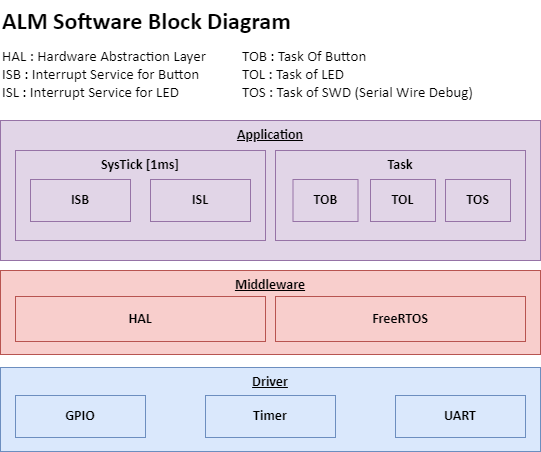
The draw.io diagram Resources/Part2/Part2_ALM_SoftwareBlockDiagram.drawio.png in gtuja/CSC_MS, before a commit. Source tidied: cells renumbered, new cells last; positions are measured from the earlier drawing's top-left corner, leaving out a move shared by most shapes. Source of this version:
```xml
<mxGraphModel>
  <root>
    <mxCell id="0" />
    <mxCell id="1" parent="0" />
    <mxCell id="2" value="Driver" style="rounded=0;whiteSpace=wrap;html=1;fillColor=#dae8fc;strokeColor=#6c8ebf;verticalAlign=top;fontFamily=Calibri;fontSize=14;fontStyle=5;" parent="1" vertex="1">
      <mxGeometry y="367" width="540" height="84" as="geometry" />
    </mxCell>
    <mxCell id="3" value="GPIO" style="rounded=0;whiteSpace=wrap;html=1;fillColor=#dae8fc;strokeColor=#6c8ebf;verticalAlign=middle;fontFamily=Calibri;fontSize=14;fontStyle=1;" parent="1" vertex="1">
      <mxGeometry x="15" y="395" width="130" height="42" as="geometry" />
    </mxCell>
    <mxCell id="4" value="Timer" style="rounded=0;whiteSpace=wrap;html=1;fillColor=#dae8fc;strokeColor=#6c8ebf;verticalAlign=middle;fontFamily=Calibri;fontSize=14;fontStyle=1;" parent="1" vertex="1">
      <mxGeometry x="205" y="395" width="130" height="42" as="geometry" />
    </mxCell>
    <mxCell id="5" value="UART" style="rounded=0;whiteSpace=wrap;html=1;fillColor=#dae8fc;strokeColor=#6c8ebf;verticalAlign=middle;fontFamily=Calibri;fontSize=14;fontStyle=1;" parent="1" vertex="1">
      <mxGeometry x="395" y="395" width="130" height="42" as="geometry" />
    </mxCell>
    <mxCell id="6" value="Middleware" style="rounded=0;whiteSpace=wrap;html=1;fillColor=#f8cecc;strokeColor=#b85450;verticalAlign=top;fontFamily=Calibri;fontSize=14;fontStyle=5;" parent="1" vertex="1">
      <mxGeometry y="270" width="540" height="84" as="geometry" />
    </mxCell>
    <mxCell id="7" value="HAL" style="rounded=0;whiteSpace=wrap;html=1;horizontal=1;verticalAlign=middle;flipV=0;fontFamily=Calibri;fontStyle=1;fillColor=#f8cecc;strokeColor=#b85450;fontSize=14;" parent="1" vertex="1">
      <mxGeometry x="15" y="296" width="250" height="45" as="geometry" />
    </mxCell>
    <mxCell id="8" value="FreeRTOS" style="rounded=0;whiteSpace=wrap;html=1;horizontal=1;verticalAlign=middle;flipV=0;fontFamily=Calibri;fontStyle=1;fillColor=#f8cecc;strokeColor=#b85450;fontSize=14;" parent="1" vertex="1">
      <mxGeometry x="275" y="296" width="250" height="45" as="geometry" />
    </mxCell>
    <mxCell id="9" value="Application" style="rounded=0;whiteSpace=wrap;html=1;fillColor=#e1d5e7;strokeColor=#9673a6;verticalAlign=top;fontFamily=Calibri;fontSize=14;fontStyle=5;" parent="1" vertex="1">
      <mxGeometry y="120" width="540" height="140" as="geometry" />
    </mxCell>
    <mxCell id="10" value="SysTick [1ms]" style="rounded=0;whiteSpace=wrap;html=1;flipV=0;fontFamily=Calibri;fontStyle=1;fillColor=#e1d5e7;strokeColor=#9673a6;verticalAlign=top;fontSize=14;" parent="1" vertex="1">
      <mxGeometry x="15" y="150" width="250" height="90" as="geometry" />
    </mxCell>
    <mxCell id="11" value="ISB" style="rounded=0;whiteSpace=wrap;html=1;flipV=0;fontFamily=Calibri;fontStyle=1;fillColor=#e1d5e7;strokeColor=#9673a6;fontSize=14;" parent="1" vertex="1">
      <mxGeometry x="30" y="179" width="100" height="42" as="geometry" />
    </mxCell>
    <mxCell id="12" value="ISL" style="rounded=0;whiteSpace=wrap;html=1;flipV=0;fontFamily=Calibri;fontStyle=1;fillColor=#e1d5e7;strokeColor=#9673a6;fontSize=14;" parent="1" vertex="1">
      <mxGeometry x="150" y="179" width="100" height="42" as="geometry" />
    </mxCell>
    <mxCell id="13" value="Task" style="rounded=0;whiteSpace=wrap;html=1;flipV=0;fontFamily=Calibri;fontStyle=1;fillColor=#e1d5e7;strokeColor=#9673a6;verticalAlign=top;fontSize=14;" parent="1" vertex="1">
      <mxGeometry x="275" y="150" width="250" height="90" as="geometry" />
    </mxCell>
    <mxCell id="14" value="TOB" style="rounded=0;whiteSpace=wrap;html=1;flipV=0;fontFamily=Calibri;fontStyle=1;fillColor=#e1d5e7;strokeColor=#9673a6;fontSize=14;" parent="1" vertex="1">
      <mxGeometry x="292.5" y="179" width="65" height="42" as="geometry" />
    </mxCell>
    <mxCell id="15" value="TOL" style="rounded=0;whiteSpace=wrap;html=1;flipV=0;fontFamily=Calibri;fontStyle=1;fillColor=#e1d5e7;strokeColor=#9673a6;fontSize=14;" parent="1" vertex="1">
      <mxGeometry x="370" y="179" width="65" height="42" as="geometry" />
    </mxCell>
    <mxCell id="16" value="TOS" style="rounded=0;whiteSpace=wrap;html=1;flipV=0;fontFamily=Calibri;fontStyle=1;fillColor=#e1d5e7;strokeColor=#9673a6;fontSize=14;" parent="1" vertex="1">
      <mxGeometry x="445" y="179" width="65" height="42" as="geometry" />
    </mxCell>
    <mxCell id="17" value="&lt;h1 style=&quot;margin-top: 0px;&quot;&gt;ALM Software Block Diagram&lt;/h1&gt;&lt;p&gt;&lt;br&gt;&lt;/p&gt;&lt;p&gt;&lt;br&gt;&lt;/p&gt;" style="text;html=1;whiteSpace=wrap;overflow=hidden;rounded=0;fontFamily=Calibri;" parent="1" vertex="1">
      <mxGeometry width="420" height="40" as="geometry" />
    </mxCell>
    <mxCell id="18" value="&lt;span style=&quot;font-size: 15px;&quot;&gt;HAL : Hardware Abstraction Layer&lt;/span&gt;&lt;div style=&quot;font-size: 15px;&quot;&gt;&lt;span style=&quot;font-size: 15px;&quot;&gt;ISB : Interrupt Service for Button&lt;/span&gt;&lt;/div&gt;&lt;div style=&quot;font-size: 15px;&quot;&gt;&lt;div style=&quot;font-size: 15px;&quot;&gt;&lt;span style=&quot;font-size: 15px;&quot;&gt;ISL : Interrupt Service for LED&lt;/span&gt;&lt;/div&gt;&lt;/div&gt;" style="text;html=1;align=left;verticalAlign=top;whiteSpace=wrap;rounded=0;fontFamily=Calibri;labelBackgroundColor=default;fontSize=15;" parent="1" vertex="1">
      <mxGeometry y="40" width="260" height="70" as="geometry" />
    </mxCell>
    <mxCell id="19" value="&lt;div style=&quot;font-size: 15px;&quot;&gt;&lt;span style=&quot;font-size: 15px;&quot;&gt;TOB : Task Of Button&lt;/span&gt;&lt;/div&gt;&lt;div style=&quot;font-size: 15px;&quot;&gt;TOL : Task of LED&lt;br&gt;&lt;/div&gt;&lt;div style=&quot;font-size: 15px;&quot;&gt;&lt;div&gt;TOS : Task of SWD (Serial Wire Debug)&lt;/div&gt;&lt;/div&gt;" style="text;html=1;align=left;verticalAlign=top;whiteSpace=wrap;rounded=0;fontFamily=Calibri;labelBackgroundColor=default;fontSize=15;" parent="1" vertex="1">
      <mxGeometry x="240" y="40" width="260" height="70" as="geometry" />
    </mxCell>
  </root>
</mxGraphModel>
```
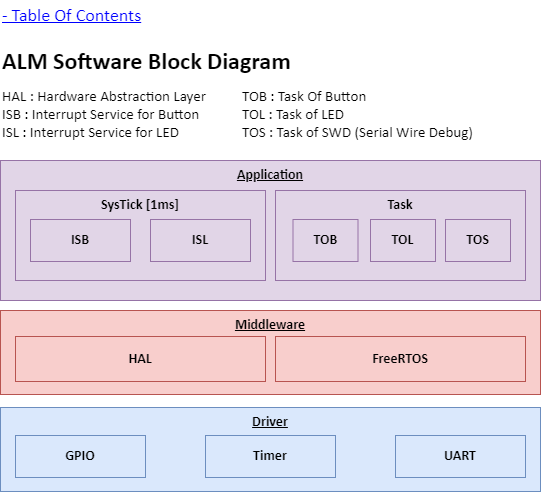
Above is the later version.

Diff of the diagram source:
```diff
@@ -56,5 +56,8 @@
     <mxCell id="19" value="&lt;div style=&quot;font-size: 15px;&quot;&gt;&lt;span style=&quot;font-size: 15px;&quot;&gt;TOB : Task Of Button&lt;/span&gt;&lt;/div&gt;&lt;div style=&quot;font-size: 15px;&quot;&gt;TOL : Task of LED&lt;br&gt;&lt;/div&gt;&lt;div style=&quot;font-size: 15px;&quot;&gt;&lt;div&gt;TOS : Task of SWD (Serial Wire Debug)&lt;/div&gt;&lt;/div&gt;" style="text;html=1;align=left;verticalAlign=top;whiteSpace=wrap;rounded=0;fontFamily=Calibri;labelBackgroundColor=default;fontSize=15;" parent="1" vertex="1">
       <mxGeometry x="240" y="40" width="260" height="70" as="geometry" />
     </mxCell>
+    <mxCell id="20" value="- Table Of Contents" style="text;html=1;align=left;verticalAlign=middle;whiteSpace=wrap;rounded=0;fontStyle=4;fontFamily=Calibri;fontSize=18;fontColor=#0000FF;" parent="1" vertex="1">
+      <mxGeometry y="-40" width="240" height="30" as="geometry" />
+    </mxCell>
   </root>
 </mxGraphModel>
```
